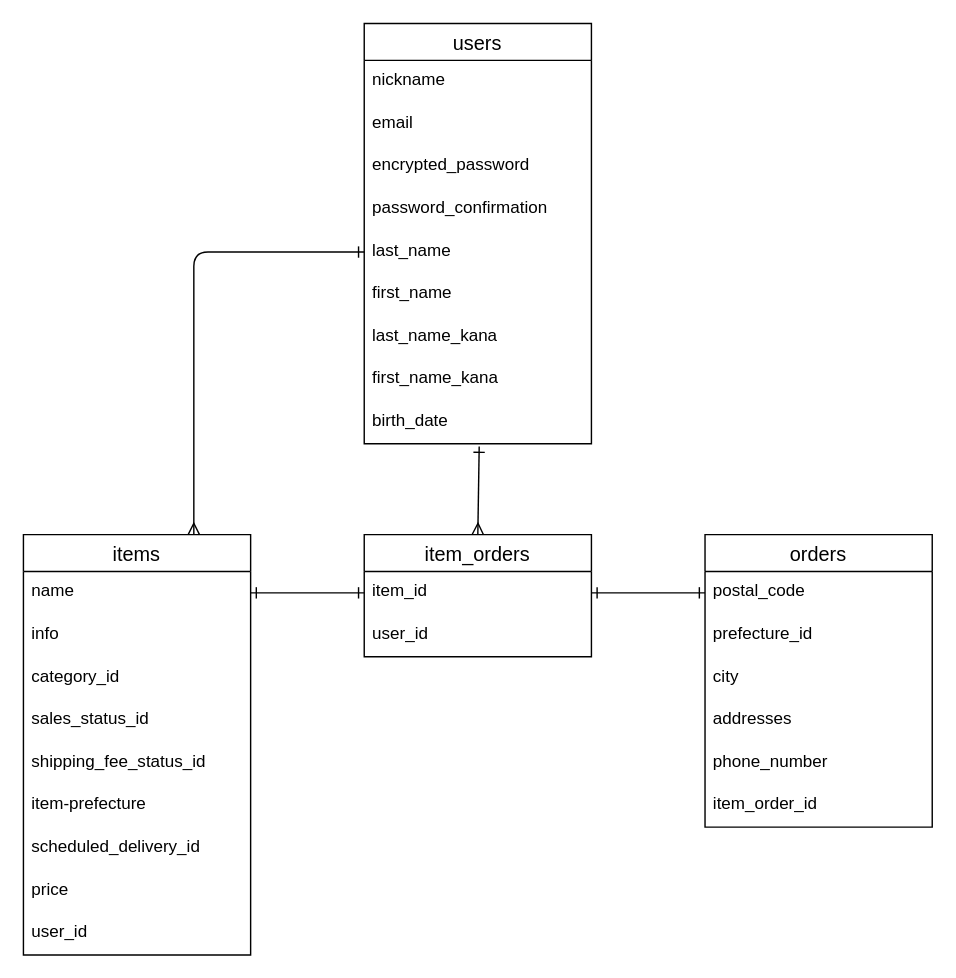
The draw.io diagram furima_ER.dio in 5884kenta/furima-37177, before the edit. Source tidied: cells renumbered, new cells numbered last; positions are measured from the earlier drawing's top-left corner, leaving out a move shared by most shapes. Both pictures are drawn from the tidied source at 142%, with x=0, y=0 at pixel (23, 23).
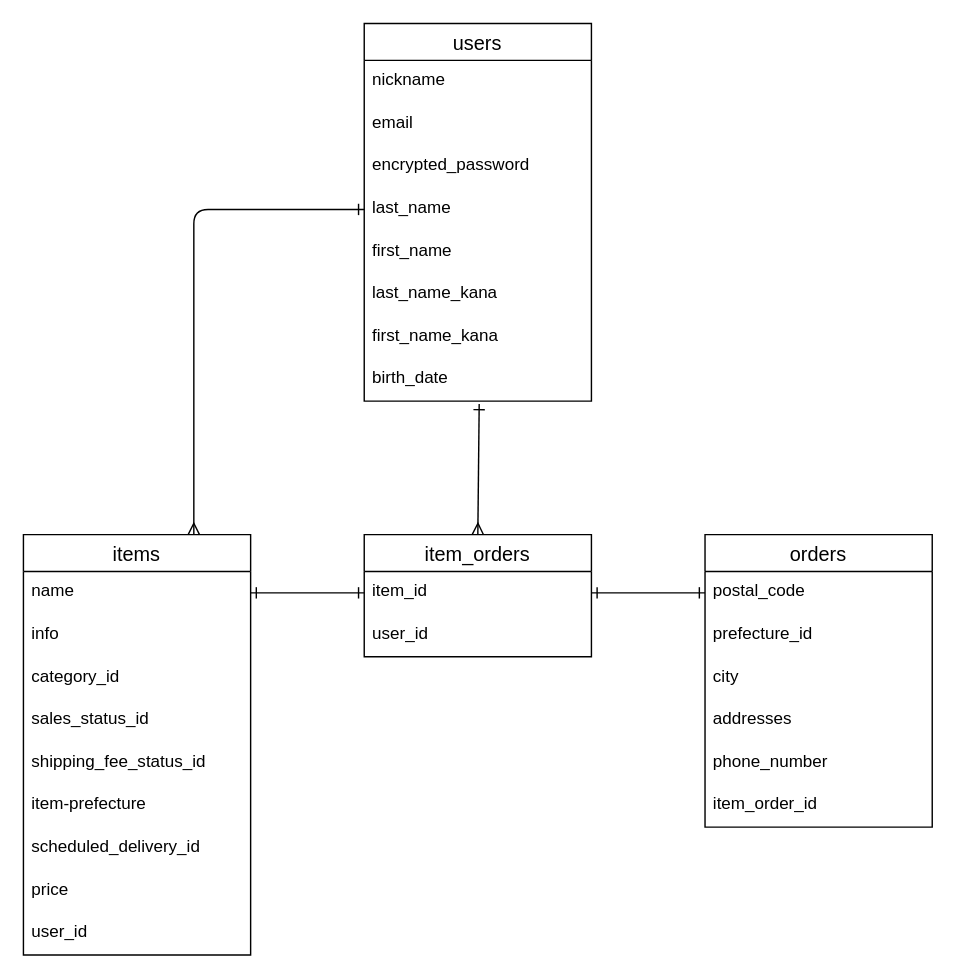
The same page after the edit.

Commit message (it also covers changes not shown here):
ER図修正　３回目

The edit, as a diff of the source:
```diff
@@
     <mxCell id="2" value="users" style="swimlane;fontStyle=0;horizontal=1;startSize=26;align=center;fontSize=14;" parent="1" vertex="1">
-      <mxGeometry x="240" width="160" height="296" as="geometry" />
+      <mxGeometry x="240" width="160" height="266" as="geometry" />
     </mxCell>
@@
-    <mxCell id="6" value="password_confirmation" style="text;strokeColor=none;fillColor=none;spacingLeft=4;spacingRight=4;overflow=hidden;fontSize=12;perimeterSpacing=0;" parent="2" vertex="1">
-      <mxGeometry y="116" width="160" height="30" as="geometry" />
-    </mxCell>
     <mxCell id="7" value="last_name" style="text;strokeColor=none;fillColor=none;spacingLeft=4;spacingRight=4;overflow=hidden;points=[[0,0.5],[1,0.5]];portConstraint=eastwest;fontSize=12;perimeterSpacing=0;" parent="2" vertex="1">
-      <mxGeometry y="146" width="160" height="30" as="geometry" />
+      <mxGeometry y="116" width="160" height="30" as="geometry" />
     </mxCell>
     <mxCell id="8" value="first_name" style="text;strokeColor=none;fillColor=none;spacingLeft=4;spacingRight=4;overflow=hidden;fontSize=12;perimeterSpacing=0;" parent="2" vertex="1">
-      <mxGeometry y="176" width="160" height="30" as="geometry" />
+      <mxGeometry y="146" width="160" height="30" as="geometry" />
     </mxCell>
     <mxCell id="9" value="last_name_kana" style="text;strokeColor=none;fillColor=none;spacingLeft=4;spacingRight=4;overflow=hidden;fontSize=12;perimeterSpacing=0;" parent="2" vertex="1">
-      <mxGeometry y="206" width="160" height="30" as="geometry" />
+      <mxGeometry y="176" width="160" height="30" as="geometry" />
     </mxCell>
     <mxCell id="10" value="first_name_kana" style="text;strokeColor=none;fillColor=none;spacingLeft=4;spacingRight=4;overflow=hidden;fontSize=12;perimeterSpacing=0;" parent="2" vertex="1">
-      <mxGeometry y="236" width="160" height="30" as="geometry" />
+      <mxGeometry y="206" width="160" height="30" as="geometry" />
     </mxCell>
     <mxCell id="11" value="birth_date" style="text;strokeColor=none;fillColor=none;spacingLeft=4;spacingRight=4;overflow=hidden;points=[[0,0.5],[1,0.5]];portConstraint=eastwest;fontSize=12;perimeterSpacing=0;" parent="2" vertex="1">
-      <mxGeometry y="266" width="160" height="30" as="geometry" />
+      <mxGeometry y="236" width="160" height="30" as="geometry" />
     </mxCell>
```
